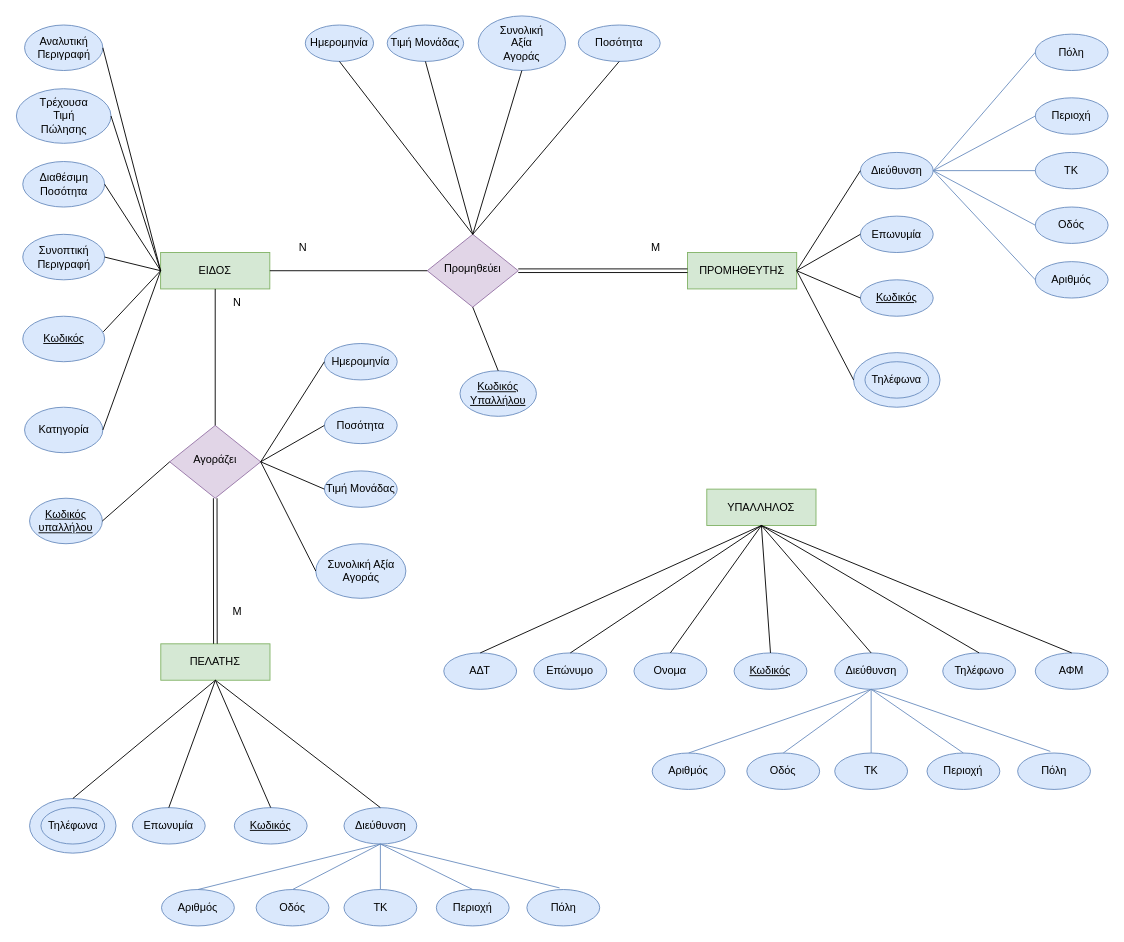
Above: ERDiagramFlowchart.drawio in Lazini/ERDiagram (draw.io), before the change. Source tidied: cells renumbered, new cells numbered last; positions are measured from the earlier drawing's top-left corner, leaving out a move shared by most shapes. Both pictures are drawn from the tidied source at 91%, with x=0, y=0 at pixel (15, 15).
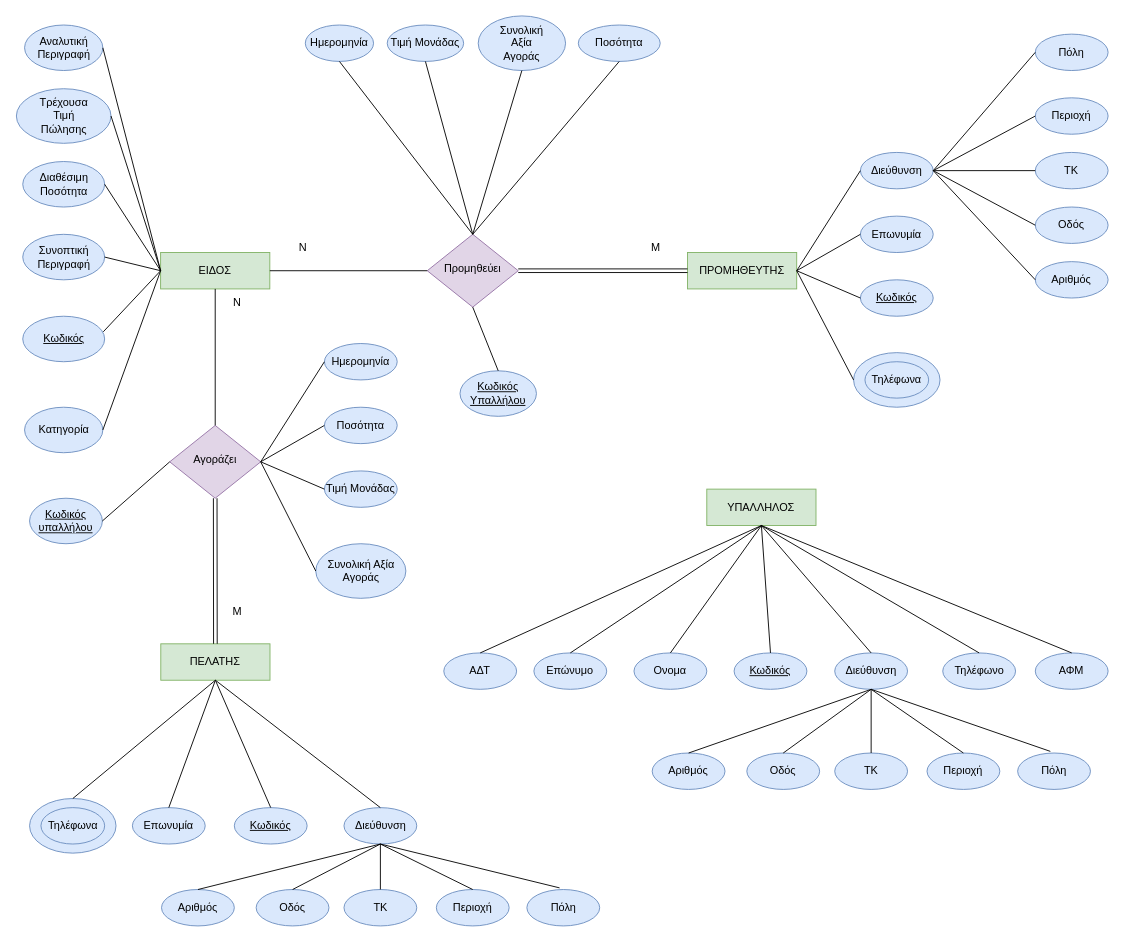
The same diagram, later.

Commit message:
Colorized lines

Unchanged cells that the change refers to:
```xml
<mxCell id="33" value="Διεύθυνση" style="ellipse;whiteSpace=wrap;html=1;fillColor=#dae8fc;strokeColor=#6c8ebf;" parent="1" vertex="1">
  <mxGeometry x="928" y="150" width="80" height="40" as="geometry" />
</mxCell>
<mxCell id="57" value="&lt;div&gt;Πόλη&lt;/div&gt;" style="ellipse;whiteSpace=wrap;html=1;fillColor=#dae8fc;strokeColor=#6c8ebf;" parent="1" vertex="1">
  <mxGeometry x="1120.2" y="20" width="80" height="40" as="geometry" />
</mxCell>
<mxCell id="58" value="Περιοχή" style="ellipse;whiteSpace=wrap;html=1;fillColor=#dae8fc;strokeColor=#6c8ebf;" parent="1" vertex="1">
  <mxGeometry x="1120.2" y="90" width="80" height="40" as="geometry" />
</mxCell>
<mxCell id="59" value="ΤΚ" style="ellipse;whiteSpace=wrap;html=1;fillColor=#dae8fc;strokeColor=#6c8ebf;" parent="1" vertex="1">
  <mxGeometry x="1120.2" y="150" width="80" height="40" as="geometry" />
</mxCell>
<mxCell id="60" value="Οδός" style="ellipse;whiteSpace=wrap;html=1;fillColor=#dae8fc;strokeColor=#6c8ebf;" parent="1" vertex="1">
  <mxGeometry x="1120.2" y="210" width="80" height="40" as="geometry" />
</mxCell>
<mxCell id="61" value="Αριθμός" style="ellipse;whiteSpace=wrap;html=1;fillColor=#dae8fc;strokeColor=#6c8ebf;" parent="1" vertex="1">
  <mxGeometry x="1120.2" y="270" width="80" height="40" as="geometry" />
</mxCell>
<mxCell id="67" value="Διεύθυνση" style="ellipse;whiteSpace=wrap;html=1;fillColor=#dae8fc;strokeColor=#6c8ebf;" parent="1" vertex="1">
  <mxGeometry x="360.5" y="870" width="80" height="40" as="geometry" />
</mxCell>
<mxCell id="76" value="&lt;div&gt;Πόλη&lt;/div&gt;" style="ellipse;whiteSpace=wrap;html=1;fillColor=#dae8fc;strokeColor=#6c8ebf;" parent="1" vertex="1">
  <mxGeometry x="561.5" y="960" width="80" height="40" as="geometry" />
</mxCell>
<mxCell id="77" value="Περιοχή" style="ellipse;whiteSpace=wrap;html=1;fillColor=#dae8fc;strokeColor=#6c8ebf;" parent="1" vertex="1">
  <mxGeometry x="462" y="960" width="80" height="40" as="geometry" />
</mxCell>
<mxCell id="78" value="ΤΚ" style="ellipse;whiteSpace=wrap;html=1;fillColor=#dae8fc;strokeColor=#6c8ebf;" parent="1" vertex="1">
  <mxGeometry x="360.5" y="960" width="80" height="40" as="geometry" />
</mxCell>
<mxCell id="79" value="Οδός" style="ellipse;whiteSpace=wrap;html=1;fillColor=#dae8fc;strokeColor=#6c8ebf;" parent="1" vertex="1">
  <mxGeometry x="264" y="960" width="80" height="40" as="geometry" />
</mxCell>
<mxCell id="80" value="Αριθμός" style="ellipse;whiteSpace=wrap;html=1;fillColor=#dae8fc;strokeColor=#6c8ebf;" parent="1" vertex="1">
  <mxGeometry x="160" y="960" width="80" height="40" as="geometry" />
</mxCell>
<mxCell id="88" value="Διεύθυνση" style="ellipse;whiteSpace=wrap;html=1;fillColor=#dae8fc;strokeColor=#6c8ebf;" parent="1" vertex="1">
  <mxGeometry x="899.8" y="700" width="80" height="40" as="geometry" />
</mxCell>
<mxCell id="90" value="&lt;div&gt;Πόλη&lt;/div&gt;" style="ellipse;whiteSpace=wrap;html=1;fillColor=#dae8fc;strokeColor=#6c8ebf;" parent="1" vertex="1">
  <mxGeometry x="1100.8" y="810" width="80" height="40" as="geometry" />
</mxCell>
<mxCell id="91" value="Περιοχή" style="ellipse;whiteSpace=wrap;html=1;fillColor=#dae8fc;strokeColor=#6c8ebf;" parent="1" vertex="1">
  <mxGeometry x="1001.2" y="810" width="80" height="40" as="geometry" />
</mxCell>
<mxCell id="92" value="ΤΚ" style="ellipse;whiteSpace=wrap;html=1;fillColor=#dae8fc;strokeColor=#6c8ebf;" parent="1" vertex="1">
  <mxGeometry x="899.8" y="810" width="80" height="40" as="geometry" />
</mxCell>
<mxCell id="93" value="Οδός" style="ellipse;whiteSpace=wrap;html=1;fillColor=#dae8fc;strokeColor=#6c8ebf;" parent="1" vertex="1">
  <mxGeometry x="803.2" y="810" width="80" height="40" as="geometry" />
</mxCell>
<mxCell id="94" value="Αριθμός" style="ellipse;whiteSpace=wrap;html=1;fillColor=#dae8fc;strokeColor=#6c8ebf;" parent="1" vertex="1">
  <mxGeometry x="699.2" y="810" width="80" height="40" as="geometry" />
</mxCell>
```

The edit, as a diff of the source:
```diff
@@
-    <mxCell id="62" style="endArrow=none;html=1;rounded=0;exitX=1;exitY=0.5;exitDx=0;exitDy=0;entryX=0;entryY=0.5;entryDx=0;entryDy=0;fillColor=#dae8fc;strokeColor=#6c8ebf;" parent="1" edge="1" source="33" target="57">
+    <mxCell id="62" style="endArrow=none;html=1;rounded=0;exitX=1;exitY=0.5;exitDx=0;exitDy=0;entryX=0;entryY=0.5;entryDx=0;entryDy=0;" parent="1" edge="1" source="33" target="57">
       <mxGeometry relative="1" as="geometry" />
     </mxCell>
-    <mxCell id="63" style="endArrow=none;html=1;rounded=0;exitX=1;exitY=0.5;exitDx=0;exitDy=0;entryX=0;entryY=0.5;entryDx=0;entryDy=0;fillColor=#dae8fc;strokeColor=#6c8ebf;" parent="1" edge="1" source="33" target="58">
+    <mxCell id="63" style="endArrow=none;html=1;rounded=0;exitX=1;exitY=0.5;exitDx=0;exitDy=0;entryX=0;entryY=0.5;entryDx=0;entryDy=0;" parent="1" edge="1" source="33" target="58">
       <mxGeometry relative="1" as="geometry" />
     </mxCell>
-    <mxCell id="64" style="endArrow=none;html=1;rounded=0;exitX=1;exitY=0.5;exitDx=0;exitDy=0;entryX=0;entryY=0.5;entryDx=0;entryDy=0;fillColor=#dae8fc;strokeColor=#6c8ebf;" parent="1" edge="1" source="33" target="59">
+    <mxCell id="64" style="endArrow=none;html=1;rounded=0;exitX=1;exitY=0.5;exitDx=0;exitDy=0;entryX=0;entryY=0.5;entryDx=0;entryDy=0;" parent="1" edge="1" source="33" target="59">
       <mxGeometry relative="1" as="geometry" />
     </mxCell>
-    <mxCell id="65" style="endArrow=none;html=1;rounded=0;exitX=1;exitY=0.5;exitDx=0;exitDy=0;entryX=0;entryY=0.5;entryDx=0;entryDy=0;fillColor=#dae8fc;strokeColor=#6c8ebf;" parent="1" edge="1" source="33" target="60">
+    <mxCell id="65" style="endArrow=none;html=1;rounded=0;exitX=1;exitY=0.5;exitDx=0;exitDy=0;entryX=0;entryY=0.5;entryDx=0;entryDy=0;" parent="1" edge="1" source="33" target="60">
       <mxGeometry relative="1" as="geometry" />
     </mxCell>
-    <mxCell id="66" style="endArrow=none;html=1;rounded=0;exitX=1;exitY=0.5;exitDx=0;exitDy=0;entryX=0;entryY=0.5;entryDx=0;entryDy=0;fillColor=#dae8fc;strokeColor=#6c8ebf;" parent="1" edge="1" source="33" target="61">
+    <mxCell id="66" style="endArrow=none;html=1;rounded=0;exitX=1;exitY=0.5;exitDx=0;exitDy=0;entryX=0;entryY=0.5;entryDx=0;entryDy=0;" parent="1" edge="1" source="33" target="61">
       <mxGeometry relative="1" as="geometry" />
     </mxCell>
@@
-    <mxCell id="81" style="endArrow=none;html=1;rounded=0;exitX=0.5;exitY=1;exitDx=0;exitDy=0;entryX=0.449;entryY=-0.045;entryDx=0;entryDy=0;entryPerimeter=0;fillColor=#dae8fc;strokeColor=#6c8ebf;" parent="1" edge="1" source="67" target="76">
+    <mxCell id="81" style="endArrow=none;html=1;rounded=0;exitX=0.5;exitY=1;exitDx=0;exitDy=0;entryX=0.449;entryY=-0.045;entryDx=0;entryDy=0;entryPerimeter=0;" parent="1" edge="1" source="67" target="76">
       <mxGeometry relative="1" as="geometry" />
     </mxCell>
-    <mxCell id="82" style="endArrow=none;html=1;rounded=0;exitX=0.5;exitY=1;exitDx=0;exitDy=0;entryX=0.5;entryY=0;entryDx=0;entryDy=0;fillColor=#dae8fc;strokeColor=#6c8ebf;" parent="1" edge="1" source="67" target="77">
+    <mxCell id="82" style="endArrow=none;html=1;rounded=0;exitX=0.5;exitY=1;exitDx=0;exitDy=0;entryX=0.5;entryY=0;entryDx=0;entryDy=0;" parent="1" edge="1" source="67" target="77">
       <mxGeometry relative="1" as="geometry" />
     </mxCell>
-    <mxCell id="83" style="endArrow=none;html=1;rounded=0;exitX=0.5;exitY=1;exitDx=0;exitDy=0;entryX=0.5;entryY=0;entryDx=0;entryDy=0;fillColor=#dae8fc;strokeColor=#6c8ebf;" parent="1" edge="1" source="67" target="78">
+    <mxCell id="83" style="endArrow=none;html=1;rounded=0;exitX=0.5;exitY=1;exitDx=0;exitDy=0;entryX=0.5;entryY=0;entryDx=0;entryDy=0;" parent="1" edge="1" source="67" target="78">
       <mxGeometry relative="1" as="geometry" />
     </mxCell>
-    <mxCell id="84" style="endArrow=none;html=1;rounded=0;exitX=0.5;exitY=1;exitDx=0;exitDy=0;entryX=0.5;entryY=0;entryDx=0;entryDy=0;fillColor=#dae8fc;strokeColor=#6c8ebf;" parent="1" edge="1" source="67" target="79">
+    <mxCell id="84" style="endArrow=none;html=1;rounded=0;exitX=0.5;exitY=1;exitDx=0;exitDy=0;entryX=0.5;entryY=0;entryDx=0;entryDy=0;" parent="1" edge="1" source="67" target="79">
       <mxGeometry relative="1" as="geometry" />
     </mxCell>
-    <mxCell id="85" style="endArrow=none;html=1;rounded=0;exitX=0.5;exitY=1;exitDx=0;exitDy=0;entryX=0.5;entryY=0;entryDx=0;entryDy=0;fillColor=#dae8fc;strokeColor=#6c8ebf;" parent="1" edge="1" source="67" target="80">
+    <mxCell id="85" style="endArrow=none;html=1;rounded=0;exitX=0.5;exitY=1;exitDx=0;exitDy=0;entryX=0.5;entryY=0;entryDx=0;entryDy=0;" parent="1" edge="1" source="67" target="80">
       <mxGeometry relative="1" as="geometry" />
     </mxCell>
@@
-    <mxCell id="95" style="endArrow=none;html=1;rounded=0;exitX=0.5;exitY=1;exitDx=0;exitDy=0;entryX=0.449;entryY=-0.045;entryDx=0;entryDy=0;entryPerimeter=0;fillColor=#dae8fc;strokeColor=#6c8ebf;" parent="1" edge="1" source="88" target="90">
+    <mxCell id="95" style="endArrow=none;html=1;rounded=0;exitX=0.5;exitY=1;exitDx=0;exitDy=0;entryX=0.449;entryY=-0.045;entryDx=0;entryDy=0;entryPerimeter=0;" parent="1" edge="1" source="88" target="90">
       <mxGeometry relative="1" as="geometry" />
     </mxCell>
-    <mxCell id="96" style="endArrow=none;html=1;rounded=0;exitX=0.5;exitY=1;exitDx=0;exitDy=0;entryX=0.5;entryY=0;entryDx=0;entryDy=0;fillColor=#dae8fc;strokeColor=#6c8ebf;" parent="1" edge="1" source="88" target="91">
+    <mxCell id="96" style="endArrow=none;html=1;rounded=0;exitX=0.5;exitY=1;exitDx=0;exitDy=0;entryX=0.5;entryY=0;entryDx=0;entryDy=0;" parent="1" edge="1" source="88" target="91">
       <mxGeometry relative="1" as="geometry" />
     </mxCell>
-    <mxCell id="97" style="endArrow=none;html=1;rounded=0;exitX=0.5;exitY=1;exitDx=0;exitDy=0;entryX=0.5;entryY=0;entryDx=0;entryDy=0;fillColor=#dae8fc;strokeColor=#6c8ebf;" parent="1" edge="1" source="88" target="92">
+    <mxCell id="97" style="endArrow=none;html=1;rounded=0;exitX=0.5;exitY=1;exitDx=0;exitDy=0;entryX=0.5;entryY=0;entryDx=0;entryDy=0;" parent="1" edge="1" source="88" target="92">
       <mxGeometry relative="1" as="geometry" />
     </mxCell>
-    <mxCell id="98" style="endArrow=none;html=1;rounded=0;exitX=0.5;exitY=1;exitDx=0;exitDy=0;entryX=0.5;entryY=0;entryDx=0;entryDy=0;fillColor=#dae8fc;strokeColor=#6c8ebf;" parent="1" edge="1" source="88" target="93">
+    <mxCell id="98" style="endArrow=none;html=1;rounded=0;exitX=0.5;exitY=1;exitDx=0;exitDy=0;entryX=0.5;entryY=0;entryDx=0;entryDy=0;" parent="1" edge="1" source="88" target="93">
       <mxGeometry relative="1" as="geometry" />
     </mxCell>
-    <mxCell id="99" style="endArrow=none;html=1;rounded=0;exitX=0.5;exitY=1;exitDx=0;exitDy=0;entryX=0.5;entryY=0;entryDx=0;entryDy=0;fillColor=#dae8fc;strokeColor=#6c8ebf;" parent="1" edge="1" source="88" target="94">
+    <mxCell id="99" style="endArrow=none;html=1;rounded=0;exitX=0.5;exitY=1;exitDx=0;exitDy=0;entryX=0.5;entryY=0;entryDx=0;entryDy=0;" parent="1" edge="1" source="88" target="94">
       <mxGeometry relative="1" as="geometry" />
     </mxCell>
```
